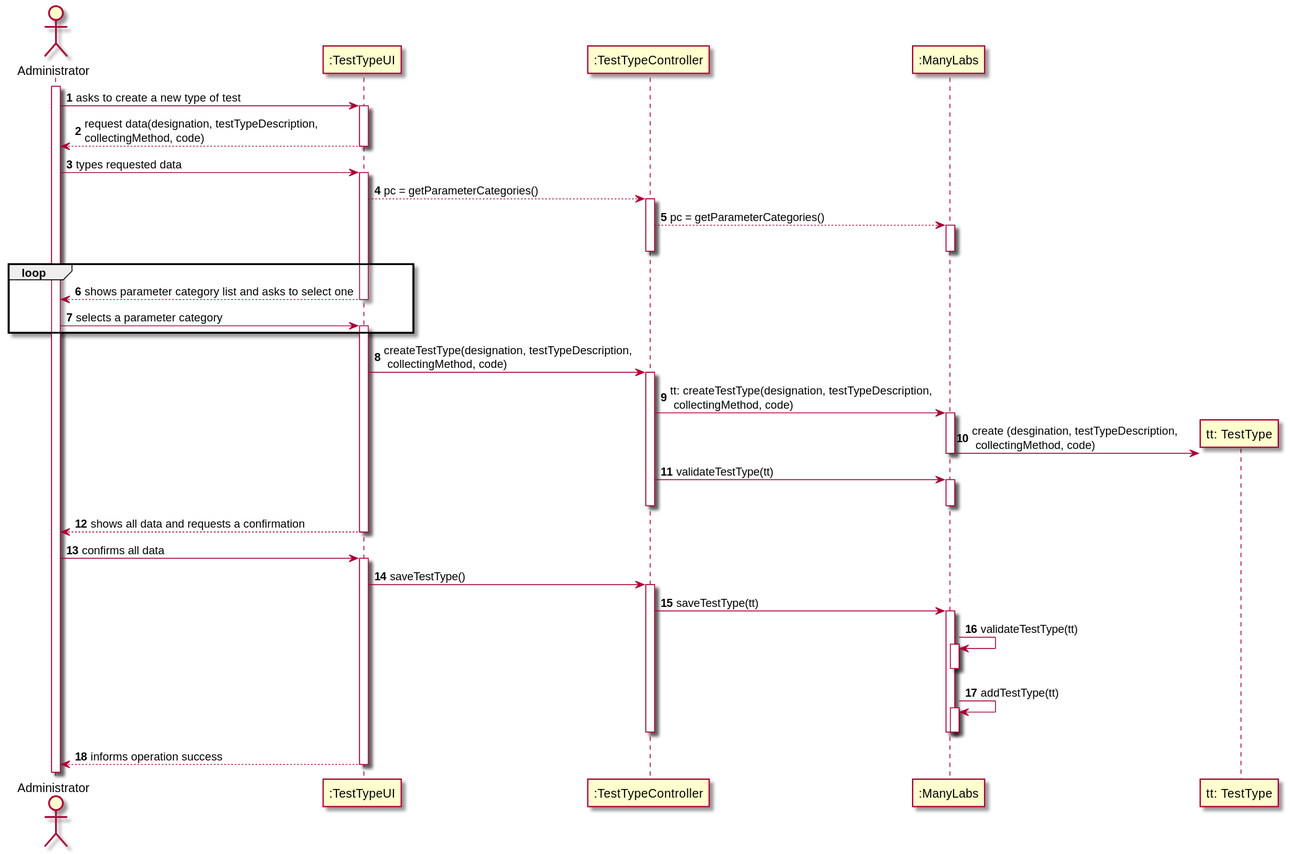
The PlantUML diagram docs/SprintB/US9_CreateTestType/US009_SD.svg in Pedromaia26/LAPR2-ISEP, before a commit. The source it was exported from:
```plantuml
@startuml
actor Administrator as Adm
participant ":TestTypeUI" as UI
participant ":TestTypeController" as TTC
participant ":ManyLabs" as ML

autonumber


activate Adm
Adm -> UI: asks to create a new type of test
activate UI
UI --> Adm: request data(designation, testTypeDescription, \ncollectingMethod, code)
deactivate UI


Adm -> UI: types requested data
activate UI
UI-->TTC: pc = getParameterCategories()
activate TTC
TTC-->ML: pc = getParameterCategories()
activate ML
deactivate ML
deactivate TTC
loop
UI --> Adm: shows parameter category list and asks to select one
deactivate UI


Adm -> UI: selects a parameter category
activate UI
end
UI -> TTC: createTestType(designation, testTypeDescription, \n collectingMethod, code)
activate TTC
TTC -> ML: tt: createTestType(designation, testTypeDescription, \n collectingMethod, code)
activate ML
create "tt: TestType" as TT
ML -> TT: create (desgination, testTypeDescription, \n collectingMethod, code)
deactivate ML


TTC -> ML: validateTestType(tt)
activate ML
deactivate ML
deactivate TTC


UI --> Adm: shows all data and requests a confirmation
deactivate UI


Adm -> UI: confirms all data
activate UI
UI -> TTC: saveTestType()
activate TTC
TTC -> ML: saveTestType(tt)
activate ML
ML -> ML: validateTestType(tt)
activate ML
deactivate ML
ML -> ML: addTestType(tt)
activate ML
deactivate ML
deactivate TTC
deactivate ML
UI --> Adm: informs operation success
deactivate UI


@enduml
```
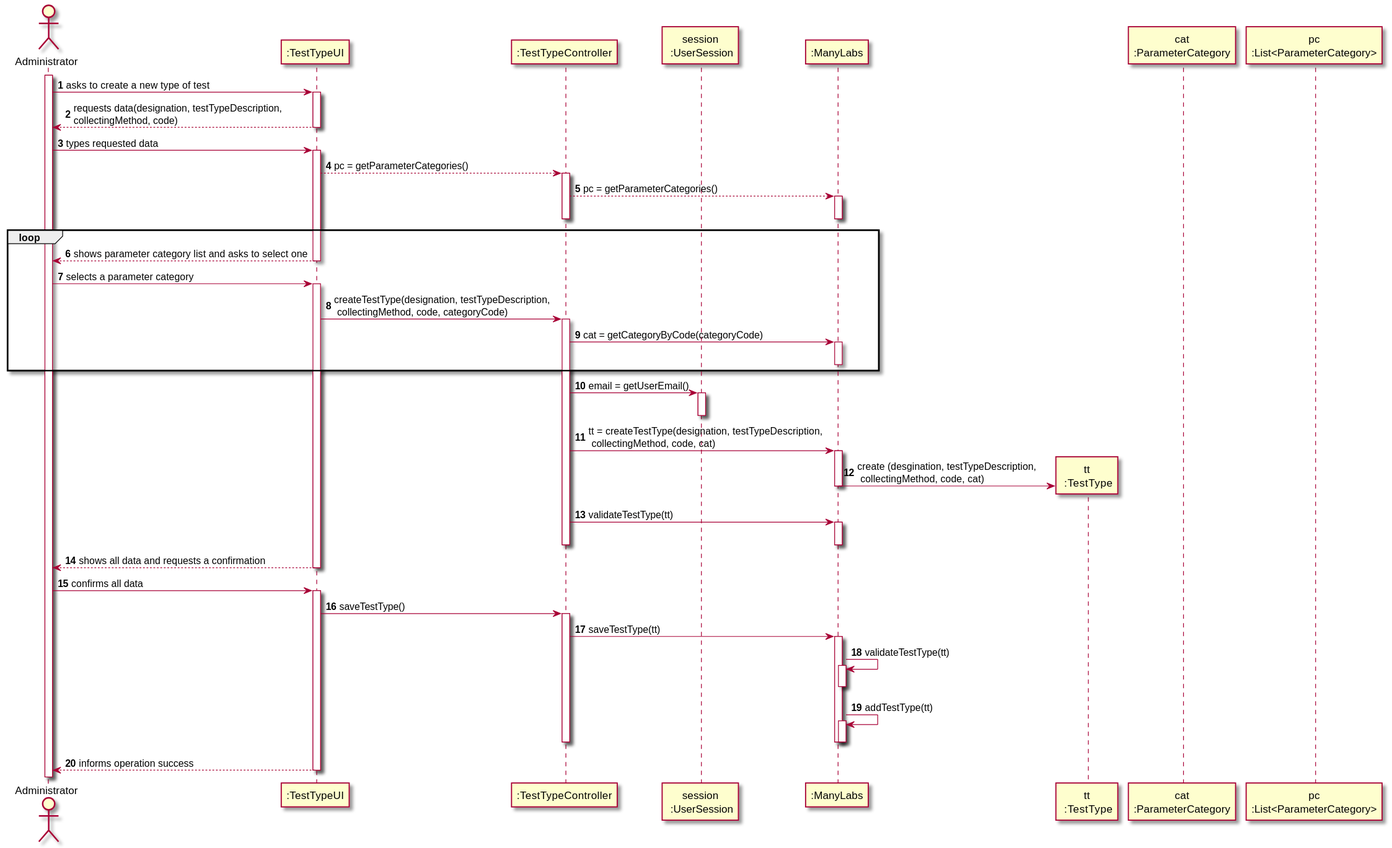
Above is the later version.

Change to the diagram source:
```diff
@@ -2,7 +2,12 @@
 actor Administrator as Adm
 participant ":TestTypeUI" as UI
 participant ":TestTypeController" as TTC
+participant "session\n :UserSession" as US
 participant ":ManyLabs" as ML
+participant "tt\n :TestType" as TT
+participant "cat\n:ParameterCategory" as CAT
+participant "pc\n:List<ParameterCategory>" as LIST_CAT
+
 
 autonumber
 
@@ -10,7 +15,7 @@
 activate Adm
 Adm -> UI: asks to create a new type of test
 activate UI
-UI --> Adm: request data(designation, testTypeDescription, \ncollectingMethod, code)
+UI --> Adm: requests data(designation, testTypeDescription, \ncollectingMethod, code)
 deactivate UI
 
 
@@ -29,23 +34,25 @@
 
 Adm -> UI: selects a parameter category
 activate UI
+UI -> TTC: createTestType(designation, testTypeDescription, \n collectingMethod, code, categoryCode)
+activate TTC
+TTC -> ML: cat = getCategoryByCode(categoryCode)
+activate ML
+deactivate ML
 end
-UI -> TTC: createTestType(designation, testTypeDescription, \n collectingMethod, code)
-activate TTC
-TTC -> ML: tt: createTestType(designation, testTypeDescription, \n collectingMethod, code)
+TTC -> US: email = getUserEmail()
+activate US
+deactivate US
+TTC -> ML: tt = createTestType(designation, testTypeDescription, \n collectingMethod, code, cat)
 activate ML
-create "tt: TestType" as TT
-ML -> TT: create (desgination, testTypeDescription, \n collectingMethod, code)
+ML -> TT**: create (desgination, testTypeDescription, \n collectingMethod, code, cat)
 deactivate ML
-
-
 TTC -> ML: validateTestType(tt)
 activate ML
 deactivate ML
 deactivate TTC
-
-
 UI --> Adm: shows all data and requests a confirmation
+deactivate ML
 deactivate UI
 
 
```
